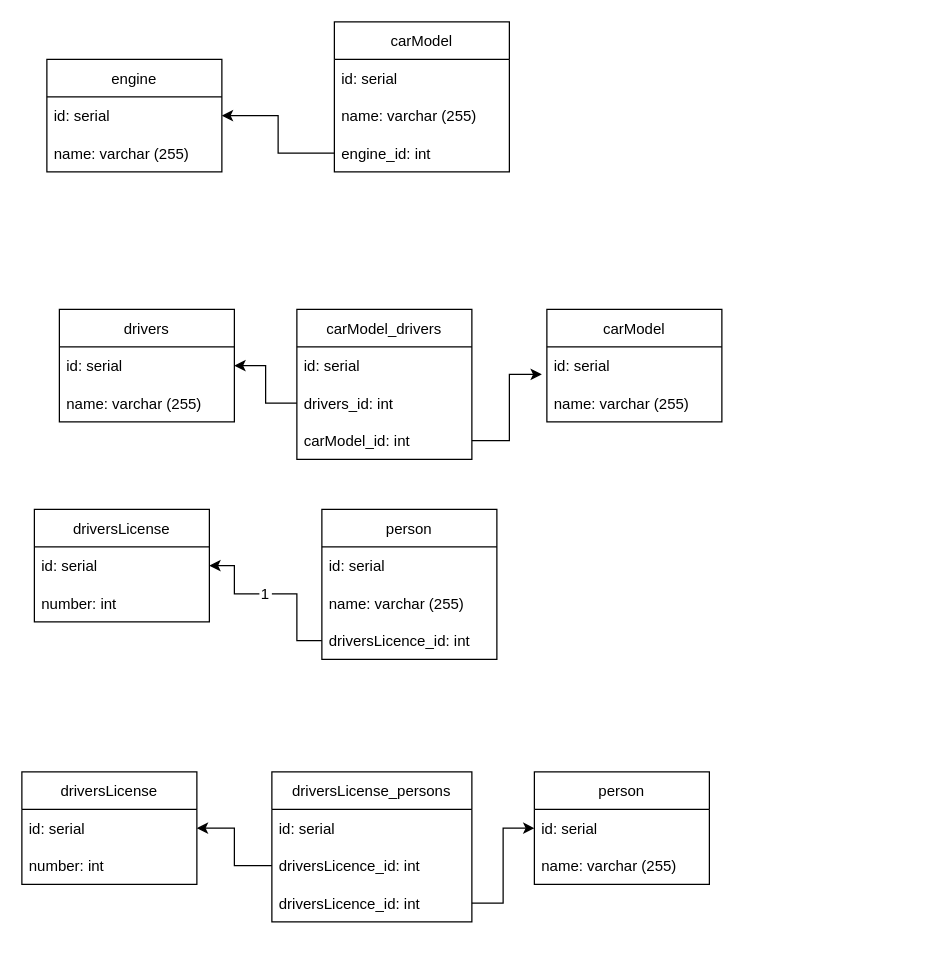
Before: sql/SQL_Examples.drawio in Yurchenkopi/job4j_design, a draw.io diagram. Source tidied: cells renumbered, new cells numbered last; positions are measured from the earlier drawing's top-left corner, leaving out a move shared by most shapes. Both pictures are drawn from the tidied source at 125%, with x=0, y=0 at pixel (21, 21).
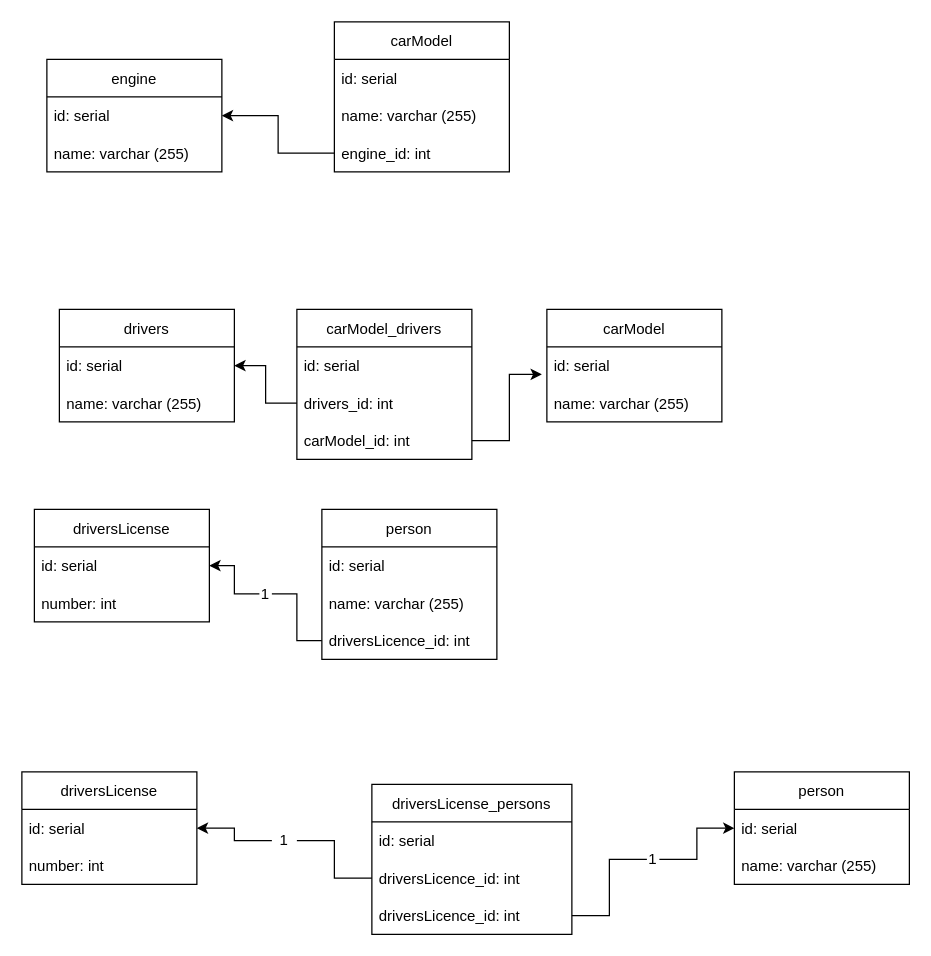
After the change.

Unchanged cells that the change refers to:
```xml
<mxCell id="18" value="id: serial" style="text;strokeColor=none;fillColor=none;align=left;verticalAlign=middle;spacingLeft=4;spacingRight=4;overflow=hidden;points=[[0,0.5],[1,0.5]];portConstraint=eastwest;" parent="17" vertex="1">
  <mxGeometry y="30" width="140" height="30" as="geometry" />
</mxCell>
<mxCell id="21" value="id: serial" style="text;strokeColor=none;fillColor=none;align=left;verticalAlign=middle;spacingLeft=4;spacingRight=4;overflow=hidden;points=[[0,0.5],[1,0.5]];portConstraint=eastwest;" parent="20" vertex="1">
  <mxGeometry y="30" width="140" height="30" as="geometry" />
</mxCell>
<mxCell id="25" value="driversLicence_id: int" style="text;strokeColor=none;fillColor=none;align=left;verticalAlign=middle;spacingLeft=4;spacingRight=4;overflow=hidden;points=[[0,0.5],[1,0.5]];portConstraint=eastwest;" parent="23" vertex="1">
  <mxGeometry y="60" width="160" height="30" as="geometry" />
</mxCell>
<mxCell id="26" value="driversLicence_id: int" style="text;strokeColor=none;fillColor=none;align=left;verticalAlign=middle;spacingLeft=4;spacingRight=4;overflow=hidden;points=[[0,0.5],[1,0.5]];portConstraint=eastwest;" parent="23" vertex="1">
  <mxGeometry y="90" width="160" height="30" as="geometry" />
</mxCell>
```

The edit, as a diff of the source:
```diff
@@
     <mxCell id="17" value="person" style="swimlane;fontStyle=0;horizontal=1;startSize=30;" parent="1" vertex="1">
-      <mxGeometry x="410" y="600" width="140" height="90" as="geometry" />
+      <mxGeometry x="570" y="600" width="140" height="90" as="geometry" />
     </mxCell>
@@
     <mxCell id="23" value="driversLicense_persons" style="swimlane;fontStyle=0;horizontal=1;startSize=30;" parent="1" vertex="1">
-      <mxGeometry x="200" y="600" width="160" height="120" as="geometry" />
+      <mxGeometry x="280" y="610" width="160" height="120" as="geometry" />
     </mxCell>
@@
-    <mxCell id="30" style="edgeStyle=orthogonalEdgeStyle;rounded=0;jettySize=auto;html=1;exitX=1;exitY=0.5;exitDx=0;exitDy=0;entryX=0;entryY=0.5;entryDx=0;entryDy=0;" parent="1" edge="1" source="26" target="18">
+    <mxCell id="30" style="edgeStyle=orthogonalEdgeStyle;rounded=0;jettySize=auto;html=1;exitX=1;exitY=0.5;exitDx=0;exitDy=0;entryX=0;entryY=0.5;entryDx=0;entryDy=0;startArrow=none;" parent="1" edge="1" source="46" target="18">
       <mxGeometry relative="1" as="geometry" />
     </mxCell>
-    <mxCell id="31" style="edgeStyle=orthogonalEdgeStyle;rounded=0;jettySize=auto;html=1;exitX=0;exitY=0.5;exitDx=0;exitDy=0;entryX=1;entryY=0.5;entryDx=0;entryDy=0;" parent="1" edge="1" source="25" target="21">
+    <mxCell id="31" style="edgeStyle=orthogonalEdgeStyle;rounded=0;jettySize=auto;html=1;exitX=0;exitY=0.5;exitDx=0;exitDy=0;entryX=1;entryY=0.5;entryDx=0;entryDy=0;startArrow=none;" parent="1" edge="1" source="44" target="21">
       <mxGeometry relative="1" as="geometry" />
     </mxCell>
@@
+    <mxCell id="44" value="1" style="text;html=1;strokeColor=none;fillColor=none;align=center;verticalAlign=middle;whiteSpace=wrap;rounded=0;" parent="1" vertex="1">
+      <mxGeometry x="200" y="640" width="20" height="30" as="geometry" />
+    </mxCell>
+    <mxCell id="45" style="edgeStyle=orthogonalEdgeStyle;rounded=0;jettySize=auto;html=1;exitX=0;exitY=0.5;exitDx=0;exitDy=0;entryX=1;entryY=0.5;entryDx=0;entryDy=0;endArrow=none;" parent="1" edge="1" source="25" target="44">
+      <mxGeometry relative="1" as="geometry" />
+    </mxCell>
+    <mxCell id="46" value="1" style="text;html=1;strokeColor=none;fillColor=none;align=center;verticalAlign=middle;whiteSpace=wrap;rounded=0;" parent="1" vertex="1">
+      <mxGeometry x="500" y="655" width="10" height="30" as="geometry" />
+    </mxCell>
+    <mxCell id="47" style="edgeStyle=orthogonalEdgeStyle;rounded=0;jettySize=auto;html=1;exitX=1;exitY=0.5;exitDx=0;exitDy=0;entryX=0;entryY=0.5;entryDx=0;entryDy=0;endArrow=none;" parent="1" edge="1" source="26" target="46">
+      <mxGeometry relative="1" as="geometry" />
+    </mxCell>
```
